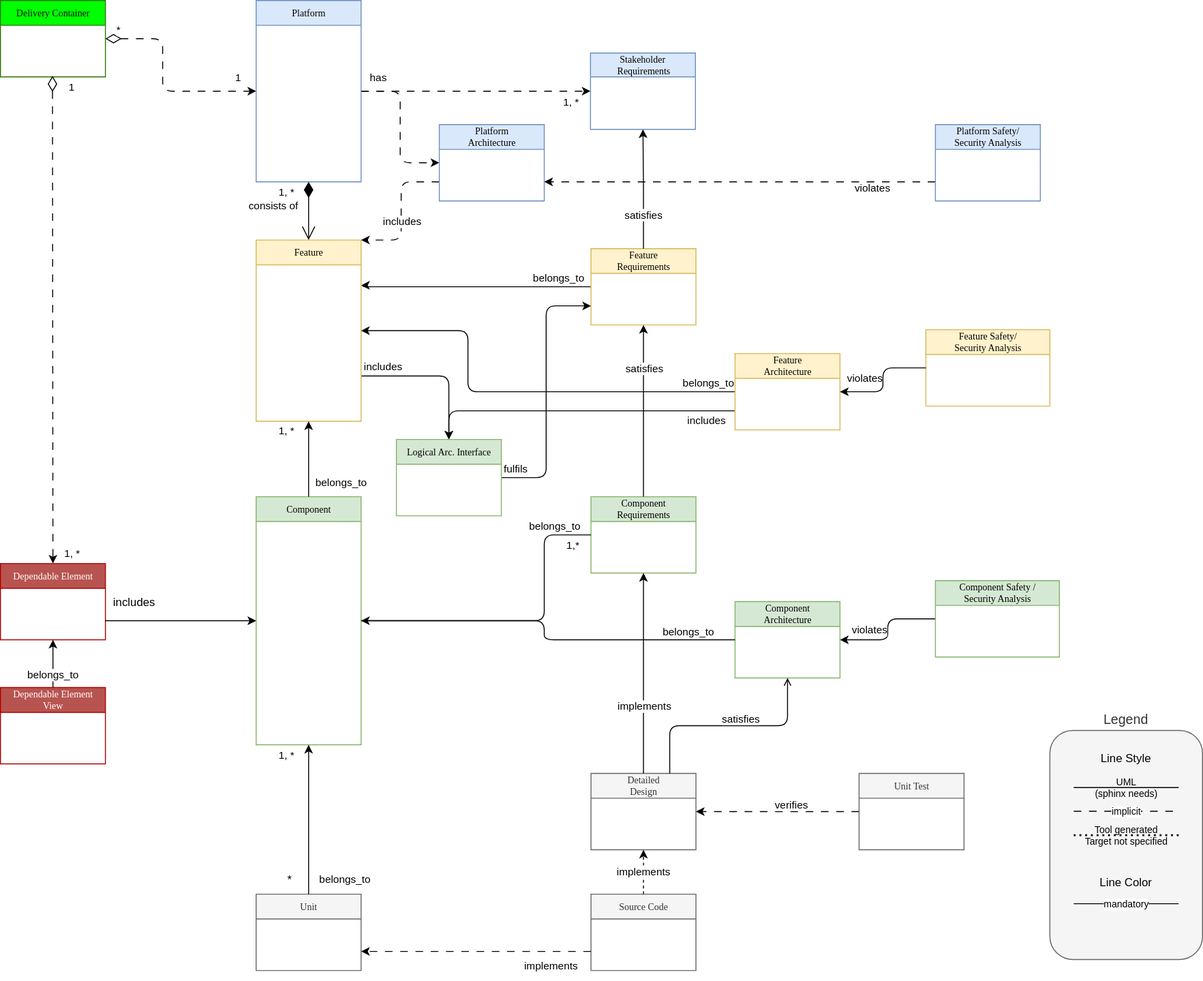
This is pr-621/_images/score_building_blocks_meta_model_simplified.drawio.svg from eclipse-score/process_description, a draw.io export, as it was before one commit. Source tidied: cells renumbered, new cells last; positions are measured from the earlier drawing's top-left corner, leaving out a move shared by most shapes.
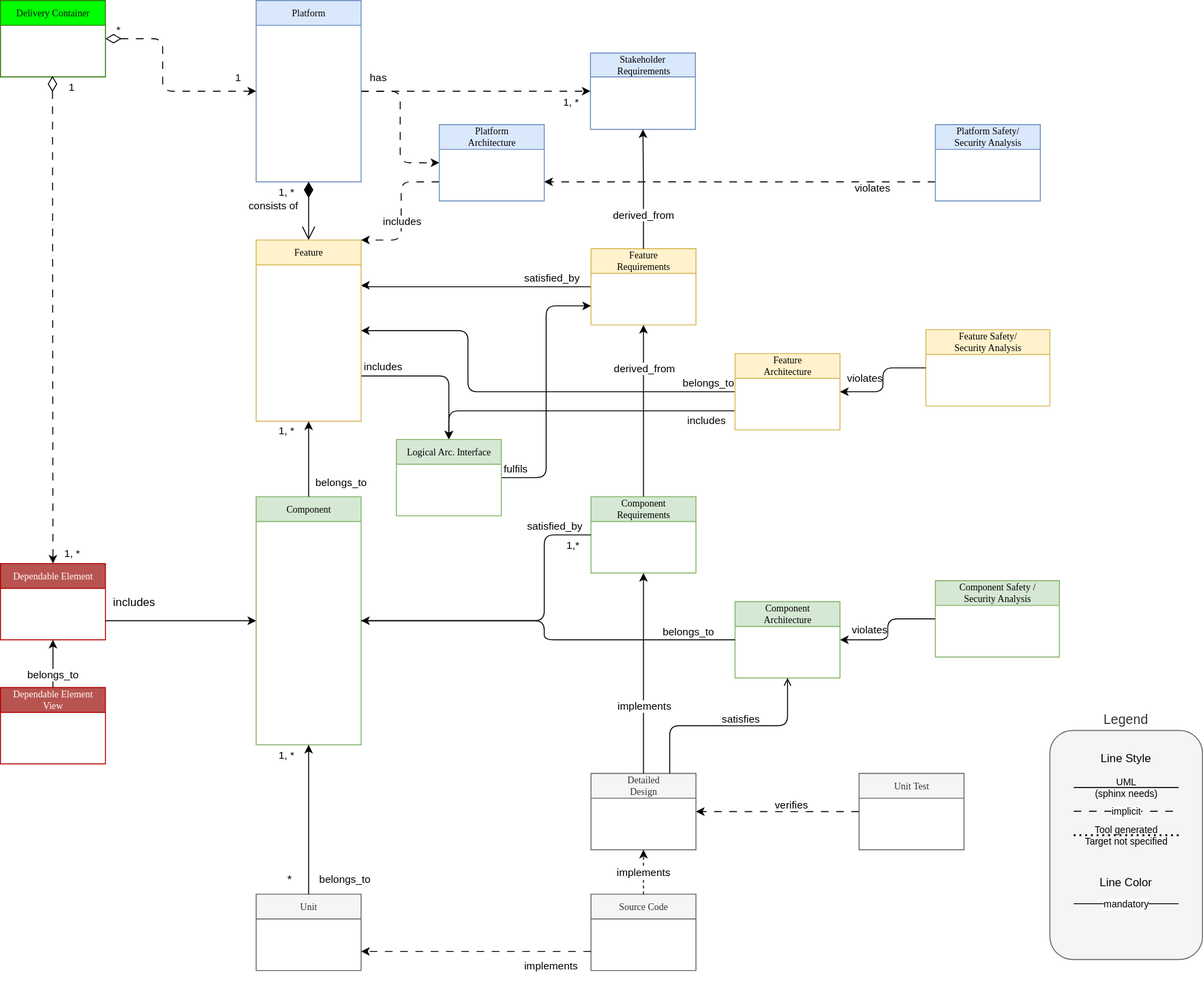
The same diagram one commit later.

What changed in the source:
```diff
@@ -13,9 +13,9 @@
         <mxPoint y="1" as="offset" />
       </mxGeometry>
     </mxCell>
-    <mxCell id="4" value="belongs_to" style="edgeLabel;html=1;align=center;verticalAlign=middle;" parent="3" vertex="1">
+    <mxCell id="4" value="satisfied_by" style="edgeLabel;html=1;align=center;verticalAlign=middle;" parent="3" vertex="1">
       <mxGeometry x="0.82" y="3" relative="1" as="geometry">
-        <mxPoint x="-13" y="-7" as="offset" />
+        <mxPoint x="-20" y="-7" as="offset" />
       </mxGeometry>
     </mxCell>
     <mxCell id="5" value="includes" style="edgeStyle=orthogonalEdgeStyle;html=1;exitX=1;exitY=0.75;exitDx=0;exitDy=0;entryX=0.5;entryY=0;entryDx=0;entryDy=0;" parent="1" edge="1" source="6" target="60">
@@ -70,7 +70,7 @@
         <mxPoint x="27" y="14" as="offset" />
       </mxGeometry>
     </mxCell>
-    <mxCell id="17" value="belongs_to" style="edgeLabel;html=1;align=center;verticalAlign=middle;" parent="15" vertex="1">
+    <mxCell id="17" value="satisfied_by" style="edgeLabel;html=1;align=center;verticalAlign=middle;" parent="15" vertex="1">
       <mxGeometry x="0.82" y="-1" relative="1" as="geometry">
         <mxPoint x="-9" y="-11" as="offset" />
       </mxGeometry>
@@ -137,7 +137,7 @@
         <mxPoint x="674" y="340" as="targetPoint" />
       </mxGeometry>
     </mxCell>
-    <mxCell id="35" value="satisfies" style="edgeLabel;html=1;align=center;verticalAlign=middle;" parent="34" vertex="1">
+    <mxCell id="35" value="derived_from" style="edgeLabel;html=1;align=center;verticalAlign=middle;" parent="34" vertex="1">
       <mxGeometry x="0.06" y="6" relative="1" as="geometry">
         <mxPoint x="6" y="-40" as="offset" />
       </mxGeometry>
@@ -336,7 +336,7 @@
     <mxCell id="78" style="edgeStyle=orthogonalEdgeStyle;rounded=0;jettySize=auto;html=1;exitX=0.5;exitY=0;exitDx=0;exitDy=0;endArrow=classic;endFill=1;entryX=0.5;entryY=1;entryDx=0;entryDy=0;" parent="1" edge="1" source="9" target="22">
       <mxGeometry relative="1" as="geometry" />
     </mxCell>
-    <mxCell id="79" value="satisfies" style="edgeLabel;html=1;align=center;verticalAlign=middle;" parent="78" vertex="1">
+    <mxCell id="79" value="derived_from" style="edgeLabel;html=1;align=center;verticalAlign=middle;" parent="78" vertex="1">
       <mxGeometry x="0.11" y="1" relative="1" as="geometry">
         <mxPoint x="1" y="34" as="offset" />
       </mxGeometry>
```
